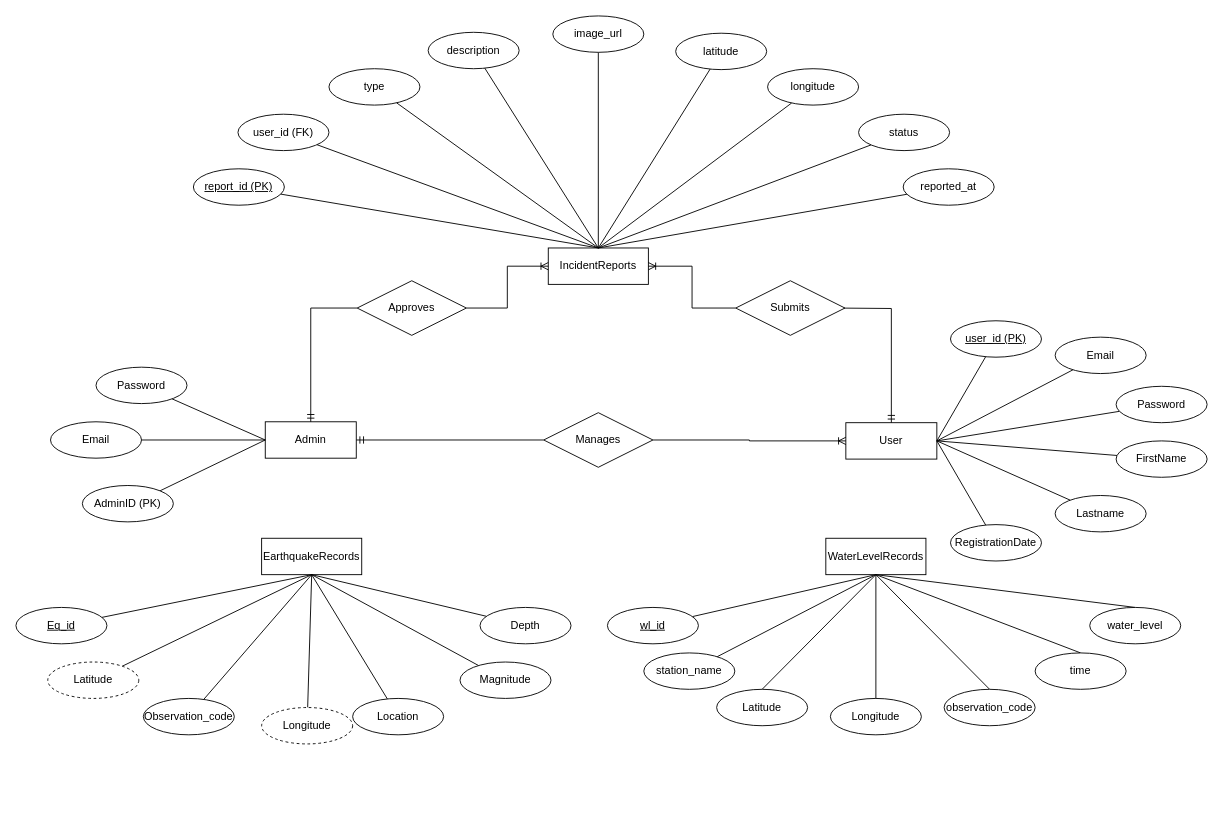
The draw.io diagram Projects/AquaSeismicMonitorERD.drawio in N0Obitaz/DrawIODiagrams, before the edit. Source tidied: cells renumbered, new cells numbered last; positions are measured from the earlier drawing's top-left corner, leaving out a move shared by most shapes. Both pictures are drawn from the tidied source at 91%, with x=0, y=0 at pixel (15, 15).
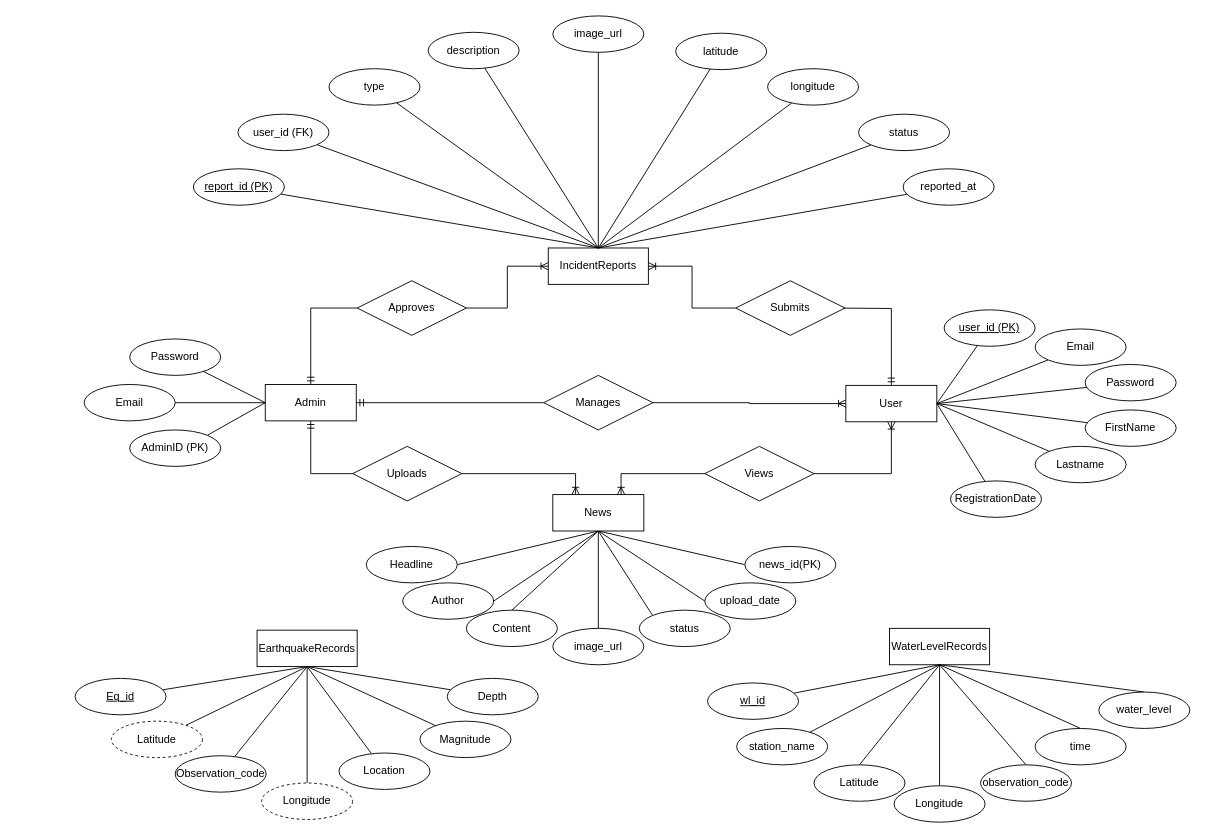
After the change.

Diff of the diagram source:
```diff
@@
     <mxCell id="2" value="User" style="whiteSpace=wrap;html=1;align=center;" parent="1" vertex="1">
-      <mxGeometry x="912" y="447" width="100" height="40" as="geometry" />
+      <mxGeometry x="912" y="406" width="100" height="40" as="geometry" />
     </mxCell>
+    <mxCell id="80" style="edgeStyle=orthogonalEdgeStyle;rounded=0;jettySize=auto;html=1;entryX=0;entryY=0.5;entryDx=0;entryDy=0;endArrow=none;endFill=0;startArrow=ERmandOne;startFill=0;" parent="1" edge="1" source="3" target="82">
+      <mxGeometry relative="1" as="geometry">
+        <Array as="points">
+          <mxPoint x="324" y="503" />
+        </Array>
+      </mxGeometry>
+    </mxCell>
     <mxCell id="3" value="Admin" style="whiteSpace=wrap;html=1;align=center;" parent="1" vertex="1">
-      <mxGeometry x="274" y="446" width="100" height="40" as="geometry" />
+      <mxGeometry x="274" y="405" width="100" height="40" as="geometry" />
     </mxCell>
@@
     <mxCell id="5" value="AdminID (PK)" style="ellipse;whiteSpace=wrap;html=1;align=center;fontStyle=0;" parent="1" vertex="1">
-      <mxGeometry x="73" y="516" width="100" height="40" as="geometry" />
+      <mxGeometry x="125" y="455" width="100" height="40" as="geometry" />
     </mxCell>
@@
     <mxCell id="7" value="Email" style="ellipse;whiteSpace=wrap;html=1;align=center;fontStyle=0;" parent="1" vertex="1">
-      <mxGeometry x="38" y="446" width="100" height="40" as="geometry" />
+      <mxGeometry x="75" y="405" width="100" height="40" as="geometry" />
     </mxCell>
@@
     <mxCell id="9" value="Password" style="ellipse;whiteSpace=wrap;html=1;align=center;fontStyle=0;" parent="1" vertex="1">
-      <mxGeometry x="88" y="386" width="100" height="40" as="geometry" />
+      <mxGeometry x="125" y="355" width="100" height="40" as="geometry" />
     </mxCell>
@@
     <mxCell id="11" value="Email" style="ellipse;whiteSpace=wrap;html=1;align=center;" parent="1" vertex="1">
-      <mxGeometry x="1142" y="353" width="100" height="40" as="geometry" />
+      <mxGeometry x="1120" y="344" width="100" height="40" as="geometry" />
     </mxCell>
@@
     <mxCell id="13" value="Password" style="ellipse;whiteSpace=wrap;html=1;align=center;" parent="1" vertex="1">
-      <mxGeometry x="1209" y="407" width="100" height="40" as="geometry" />
+      <mxGeometry x="1175" y="383" width="100" height="40" as="geometry" />
     </mxCell>
@@
     <mxCell id="15" value="FirstName" style="ellipse;whiteSpace=wrap;html=1;align=center;" parent="1" vertex="1">
-      <mxGeometry x="1209" y="467" width="100" height="40" as="geometry" />
+      <mxGeometry x="1175" y="433" width="100" height="40" as="geometry" />
     </mxCell>
@@
     <mxCell id="17" value="Lastname" style="ellipse;whiteSpace=wrap;html=1;align=center;" parent="1" vertex="1">
-      <mxGeometry x="1142" y="527" width="100" height="40" as="geometry" />
+      <mxGeometry x="1120" y="473" width="100" height="40" as="geometry" />
     </mxCell>
@@
     <mxCell id="19" value="RegistrationDate" style="ellipse;whiteSpace=wrap;html=1;align=center;" parent="1" vertex="1">
-      <mxGeometry x="1027" y="559" width="100" height="40" as="geometry" />
+      <mxGeometry x="1027" y="511" width="100" height="40" as="geometry" />
     </mxCell>
     <mxCell id="20" value="WaterLevelRecords" style="whiteSpace=wrap;html=1;align=center;" parent="1" vertex="1">
-      <mxGeometry x="890" y="574" width="110" height="40" as="geometry" />
+      <mxGeometry x="960" y="673" width="110" height="40" as="geometry" />
     </mxCell>
     <mxCell id="21" value="EarthquakeRecords" style="whiteSpace=wrap;html=1;align=center;" parent="1" vertex="1">
-      <mxGeometry x="270" y="574" width="110" height="40" as="geometry" />
+      <mxGeometry x="265" y="675" width="110" height="40" as="geometry" />
     </mxCell>
@@
     <mxCell id="24" value="Eq_id" style="ellipse;whiteSpace=wrap;html=1;align=center;fontStyle=4;" parent="1" vertex="1">
-      <mxGeometry y="650" width="100" height="40" as="geometry" />
+      <mxGeometry x="65" y="728" width="100" height="40" as="geometry" />
     </mxCell>
@@
     <mxCell id="26" value="Depth" style="ellipse;whiteSpace=wrap;html=1;align=center;" parent="1" vertex="1">
-      <mxGeometry x="510" y="650" width="100" height="40" as="geometry" />
+      <mxGeometry x="474" y="728" width="100" height="40" as="geometry" />
     </mxCell>
@@
     <mxCell id="28" value="Location" style="ellipse;whiteSpace=wrap;html=1;align=center;" parent="1" vertex="1">
-      <mxGeometry x="370" y="750" width="100" height="40" as="geometry" />
+      <mxGeometry x="355" y="810" width="100" height="40" as="geometry" />
     </mxCell>
@@
     <mxCell id="30" value="Magnitude" style="ellipse;whiteSpace=wrap;html=1;align=center;" parent="1" vertex="1">
-      <mxGeometry x="488" y="710" width="100" height="40" as="geometry" />
+      <mxGeometry x="444" y="775" width="100" height="40" as="geometry" />
     </mxCell>
@@
     <mxCell id="32" value="Latitude" style="ellipse;whiteSpace=wrap;html=1;align=center;dashed=1;" parent="1" vertex="1">
-      <mxGeometry x="35" y="710" width="100" height="40" as="geometry" />
+      <mxGeometry x="105" y="775" width="100" height="40" as="geometry" />
     </mxCell>
@@
     <mxCell id="34" value="Longitude" style="ellipse;whiteSpace=wrap;html=1;align=center;dashed=1;" parent="1" vertex="1">
-      <mxGeometry x="270" y="760" width="100" height="40" as="geometry" />
+      <mxGeometry x="270" y="843" width="100" height="40" as="geometry" />
     </mxCell>
@@
     <mxCell id="36" value="Observation_code" style="ellipse;whiteSpace=wrap;html=1;align=center;" parent="1" vertex="1">
-      <mxGeometry x="140" y="750" width="100" height="40" as="geometry" />
+      <mxGeometry x="175" y="813" width="100" height="40" as="geometry" />
     </mxCell>
@@
     <mxCell id="38" value="wl_id" style="ellipse;whiteSpace=wrap;html=1;align=center;fontStyle=4;" parent="1" vertex="1">
-      <mxGeometry x="650" y="650" width="100" height="40" as="geometry" />
+      <mxGeometry x="760" y="733" width="100" height="40" as="geometry" />
     </mxCell>
@@
     <mxCell id="40" value="station_name" style="ellipse;whiteSpace=wrap;html=1;align=center;" parent="1" vertex="1">
-      <mxGeometry x="690" y="700" width="100" height="40" as="geometry" />
+      <mxGeometry x="792" y="783" width="100" height="40" as="geometry" />
     </mxCell>
@@
     <mxCell id="46" value="Longitude" style="ellipse;whiteSpace=wrap;html=1;align=center;" parent="1" vertex="1">
-      <mxGeometry x="895" y="750" width="100" height="40" as="geometry" />
+      <mxGeometry x="965" y="846" width="100" height="40" as="geometry" />
     </mxCell>
     <mxCell id="47" value="Latitude" style="ellipse;whiteSpace=wrap;html=1;align=center;" parent="1" vertex="1">
-      <mxGeometry x="770" y="740" width="100" height="40" as="geometry" />
+      <mxGeometry x="877" y="823" width="100" height="40" as="geometry" />
     </mxCell>
     <mxCell id="48" value="observation_code" style="ellipse;whiteSpace=wrap;html=1;align=center;" parent="1" vertex="1">
-      <mxGeometry x="1020" y="740" width="100" height="40" as="geometry" />
+      <mxGeometry x="1060" y="823" width="100" height="40" as="geometry" />
     </mxCell>
     <mxCell id="49" value="time" style="ellipse;whiteSpace=wrap;html=1;align=center;" parent="1" vertex="1">
-      <mxGeometry x="1120" y="700" width="100" height="40" as="geometry" />
+      <mxGeometry x="1120" y="783" width="100" height="40" as="geometry" />
     </mxCell>
     <mxCell id="50" value="water_level" style="ellipse;whiteSpace=wrap;html=1;align=center;" parent="1" vertex="1">
-      <mxGeometry x="1180" y="650" width="100" height="40" as="geometry" />
+      <mxGeometry x="1190" y="743" width="100" height="40" as="geometry" />
     </mxCell>
@@
     <mxCell id="70" value="user_id (PK)" style="ellipse;whiteSpace=wrap;html=1;align=center;fontStyle=4;" parent="1" vertex="1">
-      <mxGeometry x="1027" y="335" width="100" height="40" as="geometry" />
+      <mxGeometry x="1020" y="323" width="100" height="40" as="geometry" />
     </mxCell>
@@
     <mxCell id="79" value="Manages" style="shape=rhombus;perimeter=rhombusPerimeter;whiteSpace=wrap;html=1;align=center;" parent="1" vertex="1">
-      <mxGeometry x="580" y="436" width="120" height="60" as="geometry" />
+      <mxGeometry x="580" y="395" width="120" height="60" as="geometry" />
     </mxCell>
+    <mxCell id="81" style="edgeStyle=orthogonalEdgeStyle;rounded=0;jettySize=auto;html=1;entryX=0.25;entryY=0;entryDx=0;entryDy=0;endArrow=ERoneToMany;endFill=0;" parent="1" edge="1" source="82" target="90">
+      <mxGeometry relative="1" as="geometry" />
+    </mxCell>
+    <mxCell id="82" value="Uploads" style="shape=rhombus;perimeter=rhombusPerimeter;whiteSpace=wrap;html=1;align=center;" parent="1" vertex="1">
+      <mxGeometry x="370" y="473" width="120" height="60" as="geometry" />
+    </mxCell>
+    <mxCell id="83" style="rounded=0;jettySize=auto;html=1;entryX=1;entryY=0.5;entryDx=0;entryDy=0;endArrow=none;endFill=0;exitX=0.5;exitY=1;exitDx=0;exitDy=0;" parent="1" edge="1" source="90" target="91">
+      <mxGeometry relative="1" as="geometry" />
+    </mxCell>
+    <mxCell id="84" style="rounded=0;jettySize=auto;html=1;entryX=1;entryY=0.5;entryDx=0;entryDy=0;endArrow=none;endFill=0;exitX=0.5;exitY=1;exitDx=0;exitDy=0;" parent="1" edge="1" source="90" target="92">
+      <mxGeometry relative="1" as="geometry" />
+    </mxCell>
+    <mxCell id="85" style="rounded=0;jettySize=auto;html=1;entryX=0.5;entryY=0;entryDx=0;entryDy=0;endArrow=none;endFill=0;exitX=0.5;exitY=1;exitDx=0;exitDy=0;" parent="1" edge="1" source="90" target="93">
+      <mxGeometry relative="1" as="geometry" />
+    </mxCell>
+    <mxCell id="86" style="rounded=0;jettySize=auto;html=1;entryX=0.5;entryY=0;entryDx=0;entryDy=0;endArrow=none;endFill=0;" parent="1" edge="1" source="90" target="94">
+      <mxGeometry relative="1" as="geometry" />
+    </mxCell>
+    <mxCell id="87" style="rounded=0;jettySize=auto;html=1;entryX=0;entryY=0;entryDx=0;entryDy=0;endArrow=none;endFill=0;exitX=0.5;exitY=1;exitDx=0;exitDy=0;" parent="1" edge="1" source="90" target="95">
+      <mxGeometry relative="1" as="geometry" />
+    </mxCell>
+    <mxCell id="88" style="rounded=0;jettySize=auto;html=1;entryX=0;entryY=0.5;entryDx=0;entryDy=0;endArrow=none;endFill=0;exitX=0.5;exitY=1;exitDx=0;exitDy=0;" parent="1" edge="1" source="90" target="96">
+      <mxGeometry relative="1" as="geometry" />
+    </mxCell>
+    <mxCell id="89" style="rounded=0;jettySize=auto;html=1;entryX=0;entryY=0.5;entryDx=0;entryDy=0;endArrow=none;endFill=0;exitX=0.5;exitY=1;exitDx=0;exitDy=0;" parent="1" edge="1" source="90" target="97">
+      <mxGeometry relative="1" as="geometry" />
+    </mxCell>
+    <mxCell id="90" value="News" style="whiteSpace=wrap;html=1;align=center;" parent="1" vertex="1">
+      <mxGeometry x="590" y="526" width="100" height="40" as="geometry" />
+    </mxCell>
+    <mxCell id="91" value="Headline" style="ellipse;whiteSpace=wrap;html=1;align=center;" parent="1" vertex="1">
+      <mxGeometry x="385" y="583" width="100" height="40" as="geometry" />
+    </mxCell>
+    <mxCell id="92" value="Author" style="ellipse;whiteSpace=wrap;html=1;align=center;" parent="1" vertex="1">
+      <mxGeometry x="425" y="623" width="100" height="40" as="geometry" />
+    </mxCell>
+    <mxCell id="93" value="Content" style="ellipse;whiteSpace=wrap;html=1;align=center;" parent="1" vertex="1">
+      <mxGeometry x="495" y="653" width="100" height="40" as="geometry" />
+    </mxCell>
+    <mxCell id="94" value="image_url" style="ellipse;whiteSpace=wrap;html=1;align=center;" parent="1" vertex="1">
+      <mxGeometry x="590" y="673" width="100" height="40" as="geometry" />
+    </mxCell>
+    <mxCell id="95" value="status" style="ellipse;whiteSpace=wrap;html=1;align=center;" parent="1" vertex="1">
+      <mxGeometry x="685" y="653" width="100" height="40" as="geometry" />
+    </mxCell>
+    <mxCell id="96" value="upload_date" style="ellipse;whiteSpace=wrap;html=1;align=center;" parent="1" vertex="1">
+      <mxGeometry x="757" y="623" width="100" height="40" as="geometry" />
+    </mxCell>
+    <mxCell id="97" value="news_id(PK)" style="ellipse;whiteSpace=wrap;html=1;align=center;" parent="1" vertex="1">
+      <mxGeometry x="801" y="583" width="100" height="40" as="geometry" />
+    </mxCell>
+    <mxCell id="98" style="edgeStyle=orthogonalEdgeStyle;rounded=0;orthogonalLoop=1;jettySize=auto;html=1;exitX=0.5;exitY=1;exitDx=0;exitDy=0;" parent="1" edge="1">
+      <mxGeometry relative="1" as="geometry">
+        <mxPoint x="565" y="678" as="sourcePoint" />
+        <mxPoint x="565" y="678" as="targetPoint" />
+      </mxGeometry>
+    </mxCell>
+    <mxCell id="99" style="edgeStyle=orthogonalEdgeStyle;rounded=0;jettySize=auto;html=1;entryX=0.5;entryY=1;entryDx=0;entryDy=0;endArrow=ERoneToMany;endFill=0;" parent="1" edge="1" source="101" target="2">
+      <mxGeometry relative="1" as="geometry" />
+    </mxCell>
+    <mxCell id="100" style="edgeStyle=orthogonalEdgeStyle;rounded=0;jettySize=auto;html=1;entryX=0.75;entryY=0;entryDx=0;entryDy=0;endArrow=ERoneToMany;endFill=0;" parent="1" edge="1" source="101" target="90">
+      <mxGeometry relative="1" as="geometry" />
+    </mxCell>
+    <mxCell id="101" value="Views" style="shape=rhombus;perimeter=rhombusPerimeter;whiteSpace=wrap;html=1;align=center;" parent="1" vertex="1">
+      <mxGeometry x="757" y="473" width="120" height="60" as="geometry" />
+    </mxCell>
```
